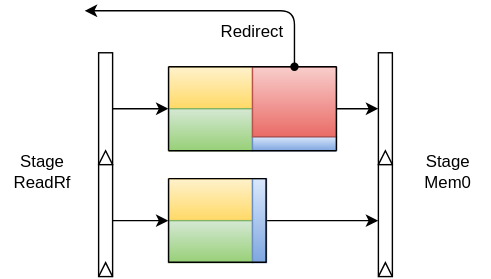
Above: pic/executeSc.svg in 0xtaruhi/AzureMIPS-doc (draw.io), before the change. Source tidied: cells renumbered, new cells last; positions are measured from the earlier drawing's top-left corner, leaving out a move shared by most shapes. The source it was exported from:
```xml
<mxGraphModel>
  <root>
    <mxCell id="0" />
    <mxCell id="1" parent="0" />
    <mxCell id="2" style="rounded=0;whiteSpace=wrap;html=1;" parent="1" vertex="1">
      <mxGeometry x="70" y="30" width="10" height="80" as="geometry" />
    </mxCell>
    <mxCell id="3" style="rounded=0;whiteSpace=wrap;html=1;" parent="1" vertex="1">
      <mxGeometry x="70" y="110" width="10" height="80" as="geometry" />
    </mxCell>
    <mxCell id="4" style="endArrow=classic;html=1;rounded=1;exitX=0.5;exitY=1;exitDx=0;exitDy=0;" parent="1" edge="1">
      <mxGeometry relative="1" as="geometry">
        <mxPoint x="210" y="40" as="sourcePoint" />
        <mxPoint x="60" as="targetPoint" />
        <Array as="points">
          <mxPoint x="210" />
        </Array>
      </mxGeometry>
    </mxCell>
    <mxCell id="5" style="rounded=0;whiteSpace=wrap;html=1;" parent="1" vertex="1">
      <mxGeometry x="270" y="30" width="10" height="80" as="geometry" />
    </mxCell>
    <mxCell id="6" style="rounded=0;whiteSpace=wrap;html=1;" parent="1" vertex="1">
      <mxGeometry x="270" y="110" width="10" height="80" as="geometry" />
    </mxCell>
    <mxCell id="7" style="endArrow=classic;html=1;rounded=1;exitX=1;exitY=0.5;exitDx=0;exitDy=0;" parent="1" edge="1" source="2">
      <mxGeometry relative="1" as="geometry">
        <mxPoint x="120" y="70" as="targetPoint" />
      </mxGeometry>
    </mxCell>
    <mxCell id="8" style="endArrow=classic;html=1;rounded=1;exitX=1;exitY=0.5;exitDx=0;exitDy=0;" parent="1" edge="1" source="3">
      <mxGeometry relative="1" as="geometry">
        <mxPoint x="120" y="150" as="targetPoint" />
      </mxGeometry>
    </mxCell>
    <mxCell id="9" style="endArrow=classic;html=1;rounded=1;entryX=0;entryY=0.5;entryDx=0;entryDy=0;exitX=1;exitY=0.6;exitDx=0;exitDy=0;exitPerimeter=0;" parent="1" edge="1" source="17" target="5">
      <mxGeometry relative="1" as="geometry" />
    </mxCell>
    <mxCell id="10" style="endArrow=classic;html=1;rounded=1;entryX=0;entryY=0.5;entryDx=0;entryDy=0;exitX=1;exitY=0.5;exitDx=0;exitDy=0;" parent="1" edge="1" source="20" target="6">
      <mxGeometry relative="1" as="geometry" />
    </mxCell>
    <mxCell id="11" value="Redirect" style="text;html=1;strokeColor=none;fillColor=none;align=center;verticalAlign=middle;whiteSpace=wrap;rounded=0;" parent="1" vertex="1">
      <mxGeometry x="150" width="60" height="30" as="geometry" />
    </mxCell>
    <mxCell id="12" value="Stage&lt;br&gt;Mem0" style="text;html=1;strokeColor=none;fillColor=none;align=center;verticalAlign=middle;whiteSpace=wrap;rounded=0;" parent="1" vertex="1">
      <mxGeometry x="290" y="100" width="60" height="30" as="geometry" />
    </mxCell>
    <mxCell id="13" value="Stage&lt;br&gt;ReadRf" style="text;html=1;strokeColor=none;fillColor=none;align=center;verticalAlign=middle;whiteSpace=wrap;rounded=0;" parent="1" vertex="1">
      <mxGeometry y="100" width="60" height="30" as="geometry" />
    </mxCell>
    <mxCell id="14" style="rounded=0;whiteSpace=wrap;html=1;fillColor=#fff2cc;strokeColor=#d6b656;gradientColor=#ffd966;" parent="1" vertex="1">
      <mxGeometry x="120" y="40" width="60" height="30" as="geometry" />
    </mxCell>
    <mxCell id="15" style="rounded=0;whiteSpace=wrap;html=1;fillColor=#d5e8d4;strokeColor=#82b366;gradientColor=#97d077;" parent="1" vertex="1">
      <mxGeometry x="120" y="70" width="60" height="30" as="geometry" />
    </mxCell>
    <mxCell id="16" style="rounded=0;whiteSpace=wrap;html=1;fillColor=#dae8fc;strokeColor=#6c8ebf;gradientColor=#7ea6e0;" parent="1" vertex="1">
      <mxGeometry x="180" y="90" width="60" height="10" as="geometry" />
    </mxCell>
    <mxCell id="17" style="rounded=0;whiteSpace=wrap;html=1;fillColor=#f8cecc;strokeColor=#b85450;gradientColor=#ea6b66;" parent="1" vertex="1">
      <mxGeometry x="180" y="40" width="60" height="50" as="geometry" />
    </mxCell>
    <mxCell id="18" style="rounded=0;whiteSpace=wrap;html=1;fillColor=#fff2cc;strokeColor=#d6b656;gradientColor=#ffd966;" parent="1" vertex="1">
      <mxGeometry x="120" y="120" width="60" height="30" as="geometry" />
    </mxCell>
    <mxCell id="19" style="rounded=0;whiteSpace=wrap;html=1;fillColor=#d5e8d4;strokeColor=#82b366;gradientColor=#97d077;" parent="1" vertex="1">
      <mxGeometry x="120" y="150" width="60" height="30" as="geometry" />
    </mxCell>
    <mxCell id="20" style="rounded=0;whiteSpace=wrap;html=1;fillColor=#dae8fc;strokeColor=#6c8ebf;gradientColor=#7ea6e0;" parent="1" vertex="1">
      <mxGeometry x="180" y="120" width="10" height="60" as="geometry" />
    </mxCell>
    <mxCell id="21" style="endArrow=none;html=1;exitX=0;exitY=1;exitDx=0;exitDy=0;" parent="1" edge="1" source="15">
      <mxGeometry relative="1" as="geometry">
        <mxPoint x="120" y="40" as="targetPoint" />
      </mxGeometry>
    </mxCell>
    <mxCell id="22" style="endArrow=none;html=1;entryX=1;entryY=0;entryDx=0;entryDy=0;" parent="1" edge="1" target="17">
      <mxGeometry relative="1" as="geometry">
        <mxPoint x="120" y="40" as="sourcePoint" />
      </mxGeometry>
    </mxCell>
    <mxCell id="23" style="shape=waypoint;sketch=0;fillStyle=solid;size=6;perimeter=centerPerimeter;" parent="1" vertex="1">
      <mxGeometry x="190" y="20" width="40" height="40" as="geometry" />
    </mxCell>
    <mxCell id="24" style="endArrow=none;html=1;entryX=1;entryY=0;entryDx=0;entryDy=0;exitX=1;exitY=1;exitDx=0;exitDy=0;" parent="1" edge="1" source="16" target="17">
      <mxGeometry relative="1" as="geometry" />
    </mxCell>
    <mxCell id="25" style="endArrow=none;html=1;" parent="1" edge="1">
      <mxGeometry relative="1" as="geometry">
        <mxPoint x="120" y="100" as="sourcePoint" />
        <mxPoint x="240" y="100" as="targetPoint" />
      </mxGeometry>
    </mxCell>
    <mxCell id="26" style="endArrow=none;html=1;exitX=0;exitY=1;exitDx=0;exitDy=0;" parent="1" edge="1">
      <mxGeometry relative="1" as="geometry">
        <mxPoint x="120" y="180" as="sourcePoint" />
        <mxPoint x="120" y="120" as="targetPoint" />
      </mxGeometry>
    </mxCell>
    <mxCell id="27" style="endArrow=none;html=1;exitX=0;exitY=1;exitDx=0;exitDy=0;" parent="1" edge="1">
      <mxGeometry relative="1" as="geometry">
        <mxPoint x="189.7" y="180" as="sourcePoint" />
        <mxPoint x="189.7" y="120" as="targetPoint" />
      </mxGeometry>
    </mxCell>
    <mxCell id="28" style="endArrow=none;html=1;entryX=0;entryY=0;entryDx=0;entryDy=0;exitX=1;exitY=0;exitDx=0;exitDy=0;" parent="1" edge="1" source="20" target="18">
      <mxGeometry relative="1" as="geometry" />
    </mxCell>
    <mxCell id="29" style="endArrow=none;html=1;entryX=0;entryY=0;entryDx=0;entryDy=0;exitX=1;exitY=0;exitDx=0;exitDy=0;" parent="1" edge="1">
      <mxGeometry relative="1" as="geometry">
        <mxPoint x="190" y="179.7" as="sourcePoint" />
        <mxPoint x="120" y="179.7" as="targetPoint" />
      </mxGeometry>
    </mxCell>
    <mxCell id="30" style="endArrow=none;html=1;exitX=0;exitY=0;exitDx=0;exitDy=0;entryX=1;entryY=0;entryDx=0;entryDy=0;rounded=0;" parent="1" edge="1" source="3" target="3">
      <mxGeometry relative="1" as="geometry">
        <Array as="points">
          <mxPoint x="75" y="100" />
        </Array>
      </mxGeometry>
    </mxCell>
    <mxCell id="31" style="endArrow=none;html=1;exitX=0;exitY=0;exitDx=0;exitDy=0;entryX=1;entryY=0;entryDx=0;entryDy=0;rounded=0;" parent="1" edge="1">
      <mxGeometry relative="1" as="geometry">
        <mxPoint x="70" y="190" as="sourcePoint" />
        <mxPoint x="80" y="190" as="targetPoint" />
        <Array as="points">
          <mxPoint x="75" y="180" />
        </Array>
      </mxGeometry>
    </mxCell>
    <mxCell id="32" style="endArrow=none;html=1;exitX=0;exitY=0;exitDx=0;exitDy=0;entryX=1;entryY=0;entryDx=0;entryDy=0;rounded=0;" parent="1" edge="1">
      <mxGeometry relative="1" as="geometry">
        <mxPoint x="270" y="190" as="sourcePoint" />
        <mxPoint x="280" y="190" as="targetPoint" />
        <Array as="points">
          <mxPoint x="275" y="180" />
        </Array>
      </mxGeometry>
    </mxCell>
    <mxCell id="33" style="endArrow=none;html=1;exitX=0;exitY=0;exitDx=0;exitDy=0;entryX=1;entryY=0;entryDx=0;entryDy=0;rounded=0;" parent="1" edge="1">
      <mxGeometry relative="1" as="geometry">
        <mxPoint x="270" y="110" as="sourcePoint" />
        <mxPoint x="280" y="110" as="targetPoint" />
        <Array as="points">
          <mxPoint x="275" y="100" />
        </Array>
      </mxGeometry>
    </mxCell>
  </root>
</mxGraphModel>
```
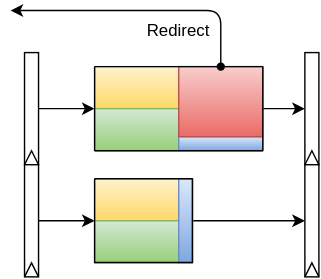
The same diagram one commit later.

The edit, as a diff of the source:
```diff
@@ -42,12 +42,6 @@
     <mxCell id="11" value="Redirect" style="text;html=1;strokeColor=none;fillColor=none;align=center;verticalAlign=middle;whiteSpace=wrap;rounded=0;" parent="1" vertex="1">
       <mxGeometry x="150" width="60" height="30" as="geometry" />
     </mxCell>
-    <mxCell id="12" value="Stage&lt;br&gt;Mem0" style="text;html=1;strokeColor=none;fillColor=none;align=center;verticalAlign=middle;whiteSpace=wrap;rounded=0;" parent="1" vertex="1">
-      <mxGeometry x="290" y="100" width="60" height="30" as="geometry" />
-    </mxCell>
-    <mxCell id="13" value="Stage&lt;br&gt;ReadRf" style="text;html=1;strokeColor=none;fillColor=none;align=center;verticalAlign=middle;whiteSpace=wrap;rounded=0;" parent="1" vertex="1">
-      <mxGeometry y="100" width="60" height="30" as="geometry" />
-    </mxCell>
     <mxCell id="14" style="rounded=0;whiteSpace=wrap;html=1;fillColor=#fff2cc;strokeColor=#d6b656;gradientColor=#ffd966;" parent="1" vertex="1">
       <mxGeometry x="120" y="40" width="60" height="30" as="geometry" />
     </mxCell>
```
